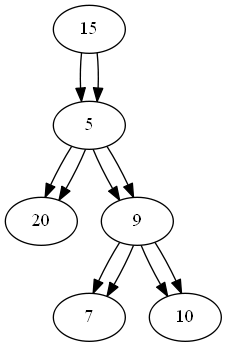
The Graphviz diagram lab_07/tree.png in Xatabch/TISD, before a commit. Its source is kept beside it as lab_07/tree.gv. Its diagram source:
```dot
digraph tree {
15 -> 5;
15 -> 5;
5 -> 20;
5 -> 9;
9 -> 7;
9 -> 10;
5 -> 20;
5 -> 9;
9 -> 7;
9 -> 10;
}
```
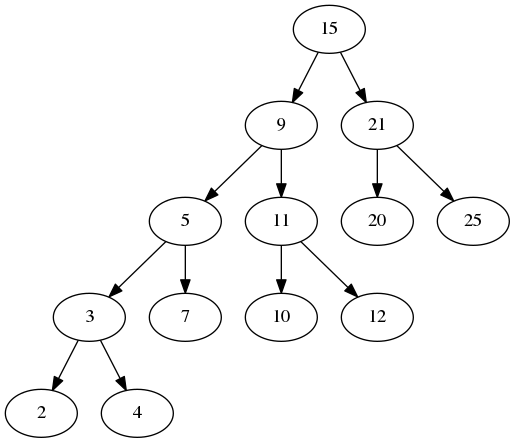
The same diagram one commit later.

Diff of the diagram source:
```diff
@@ -1,12 +1,14 @@
 digraph tree {
-15 -> 5;
-15 -> 5;
-5 -> 20;
-5 -> 9;
-9 -> 7;
-9 -> 10;
-5 -> 20;
-5 -> 9;
-9 -> 7;
-9 -> 10;
+15 -> 9;
+15 -> 21;
+9 -> 5;
+9 -> 11;
+5 -> 3;
+5 -> 7;
+3 -> 2;
+3 -> 4;
+11 -> 10;
+11 -> 12;
+21 -> 20;
+21 -> 25;
 }
```
